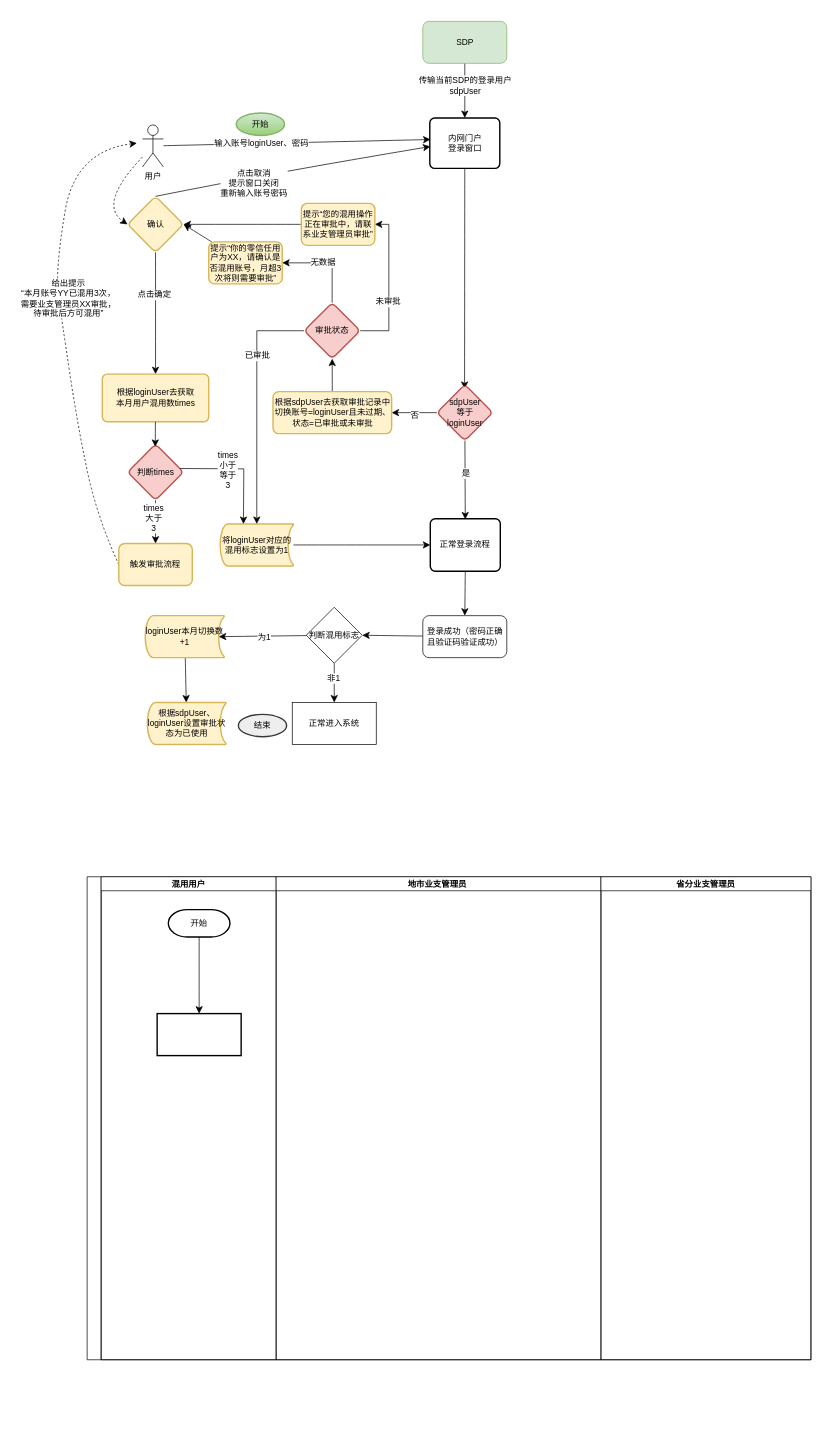
This is page "SDP结合登录流程图-3账号切换" (17 of 21) of 系统功能流程图/铁塔4A2024.drawio from 158698706/tt4a, a draw.io file, before an edit. Source tidied: cells renumbered, new cells numbered last; positions are measured from the earlier drawing's top-left corner, leaving out a move shared by most shapes. Both pictures are drawn from the tidied source at 70%, with x=0, y=0 at pixel (12, 12).
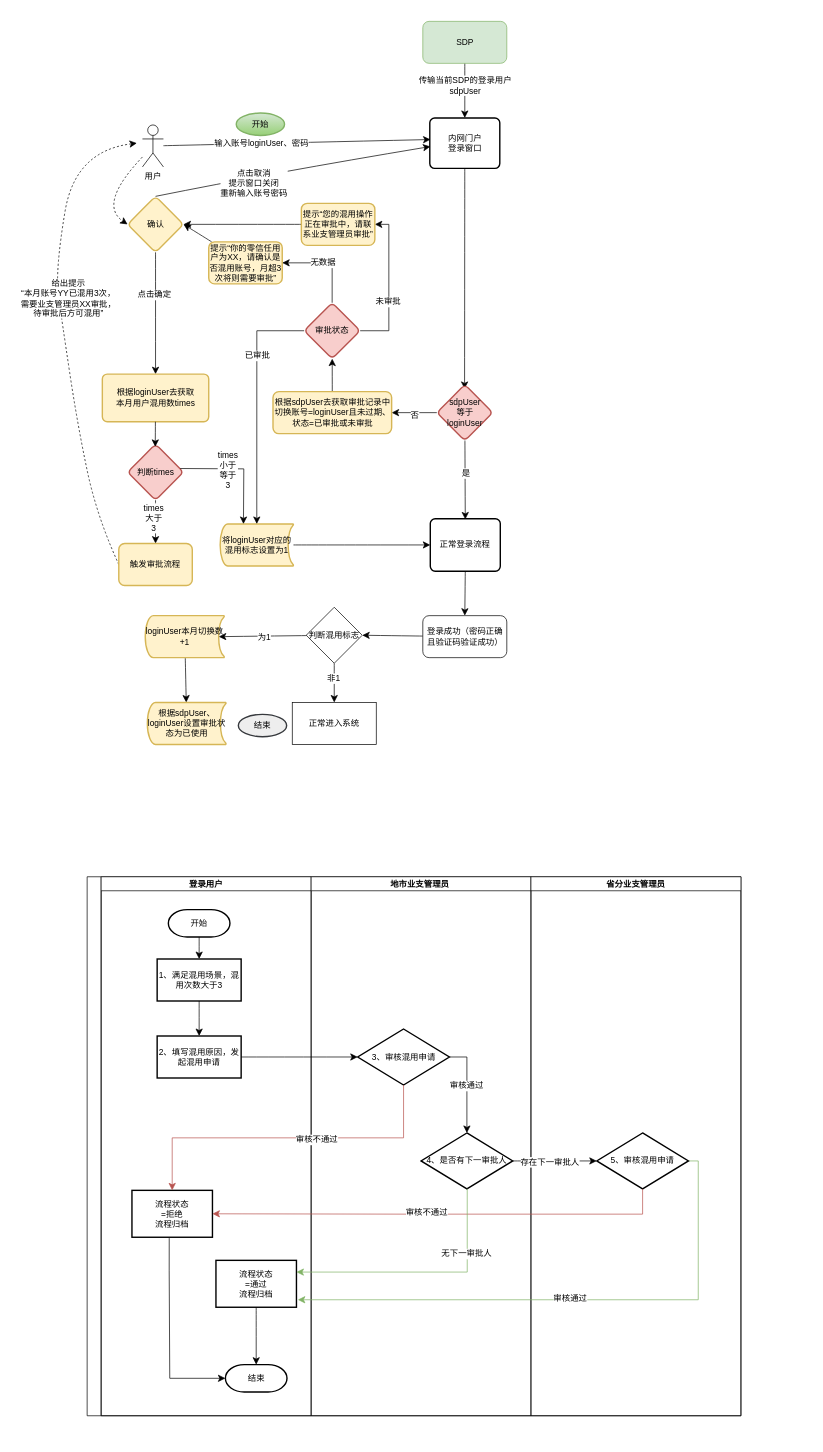
Above is the later version.

What changed in the source:
```diff
@@
+    <mxCell id="70" style="rounded=0;whiteSpace=wrap;html=1;strokeWidth=0;strokeColor=none;" parent="1" vertex="1">
+      <mxGeometry x="73" y="1207" width="996" height="833" as="geometry" />
+    </mxCell>
@@
     <mxCell id="63" style="swimlane;startSize=20;horizontal=0;" parent="1" vertex="1">
-      <mxGeometry x="107" y="1235" width="1034" height="690" as="geometry" />
+      <mxGeometry x="107" y="1235" width="934" height="770" as="geometry" />
     </mxCell>
-    <mxCell id="64" value="混用用户" style="swimlane;startSize=20;" parent="63" vertex="1">
-      <mxGeometry x="20" width="250" height="690" as="geometry" />
+    <mxCell id="64" value="登录用户" style="swimlane;startSize=20;" parent="63" vertex="1">
+      <mxGeometry x="20" width="300" height="770" as="geometry" />
     </mxCell>
@@
+    <mxCell id="71" style="edgeStyle=none;curved=1;rounded=0;jettySize=auto;html=1;fontSize=12;startSize=8;endSize=8;" parent="64" edge="1" source="67" target="72">
+      <mxGeometry relative="1" as="geometry" />
+    </mxCell>
-    <mxCell id="67" style="whiteSpace=wrap;html=1;strokeWidth=2;" parent="64" vertex="1">
-      <mxGeometry x="80" y="195.5" width="120" height="60" as="geometry" />
+    <mxCell id="67" value="1、满足混用场景，混用次数大于3" style="whiteSpace=wrap;html=1;strokeWidth=2;" parent="64" vertex="1">
+      <mxGeometry x="80" y="117.5" width="120" height="60" as="geometry" />
     </mxCell>
+    <mxCell id="72" value="2、填写混用原因，发起混用申请" style="whiteSpace=wrap;html=1;strokeWidth=2;" parent="64" vertex="1">
+      <mxGeometry x="80" y="227.5" width="120" height="60" as="geometry" />
+    </mxCell>
+    <mxCell id="73" value="流程状态&lt;div&gt;=拒绝&lt;div&gt;流程归档&lt;/div&gt;&lt;/div&gt;" style="whiteSpace=wrap;html=1;strokeWidth=2;" parent="64" vertex="1">
+      <mxGeometry x="44" y="448" width="115" height="67" as="geometry" />
+    </mxCell>
+    <mxCell id="74" value="结束" style="strokeWidth=2;html=1;shape=mxgraph.flowchart.terminator;whiteSpace=wrap;" parent="64" vertex="1">
+      <mxGeometry x="177.5" y="697" width="88" height="39" as="geometry" />
+    </mxCell>
+    <mxCell id="75" value="流程状态&lt;div&gt;=通过&lt;div&gt;流程归档&lt;/div&gt;&lt;/div&gt;" style="whiteSpace=wrap;html=1;strokeWidth=2;" parent="64" vertex="1">
+      <mxGeometry x="164" y="548" width="115" height="67" as="geometry" />
+    </mxCell>
+    <mxCell id="76" style="edgeStyle=none;curved=1;rounded=0;jettySize=auto;html=1;entryX=0.5;entryY=0;entryDx=0;entryDy=0;entryPerimeter=0;fontSize=12;startSize=8;endSize=8;" parent="64" edge="1" source="75" target="74">
+      <mxGeometry relative="1" as="geometry" />
+    </mxCell>
+    <mxCell id="77" style="edgeStyle=orthogonalEdgeStyle;rounded=0;jettySize=auto;html=1;entryX=0;entryY=0.5;entryDx=0;entryDy=0;entryPerimeter=0;fontSize=12;startSize=8;endSize=8;exitX=0.463;exitY=1.019;exitDx=0;exitDy=0;exitPerimeter=0;" parent="64" edge="1" source="73" target="74">
+      <mxGeometry relative="1" as="geometry">
+        <Array as="points">
+          <mxPoint x="97" y="563" />
+          <mxPoint x="98" y="563" />
+          <mxPoint x="98" y="716" />
+        </Array>
+      </mxGeometry>
+    </mxCell>
     <mxCell id="68" value="地市业支管理员 " style="swimlane;startSize=20;" parent="63" vertex="1">
-      <mxGeometry x="270" width="464" height="690" as="geometry" />
+      <mxGeometry x="320" width="314" height="770" as="geometry" />
     </mxCell>
+    <mxCell id="78" style="edgeStyle=orthogonalEdgeStyle;rounded=0;jettySize=auto;html=1;fontSize=12;startSize=8;endSize=8;exitX=1;exitY=0.5;exitDx=0;exitDy=0;" parent="68" edge="1" source="80" target="81">
+      <mxGeometry relative="1" as="geometry" />
+    </mxCell>
+    <mxCell id="79" value="审核通过" style="edgeLabel;html=1;align=center;verticalAlign=middle;fontSize=12;" parent="78" vertex="1">
+      <mxGeometry x="-0.34" y="-2" relative="1" as="geometry">
+        <mxPoint x="1" y="22" as="offset" />
+      </mxGeometry>
+    </mxCell>
+    <mxCell id="80" value="3、审核混用申请" style="rhombus;whiteSpace=wrap;html=1;strokeWidth=2;" parent="68" vertex="1">
+      <mxGeometry x="66.5" y="217.5" width="131" height="80" as="geometry" />
+    </mxCell>
+    <mxCell id="81" value="4、是否有下一审批人" style="rhombus;whiteSpace=wrap;html=1;strokeWidth=2;" parent="68" vertex="1">
+      <mxGeometry x="157" y="366" width="131" height="80" as="geometry" />
+    </mxCell>
     <mxCell id="69" value="省分业支管理员" style="swimlane;startSize=20;" parent="63" vertex="1">
-      <mxGeometry x="734" width="300" height="690" as="geometry" />
+      <mxGeometry x="634" width="300" height="770" as="geometry" />
     </mxCell>
+    <mxCell id="82" style="edgeStyle=orthogonalEdgeStyle;rounded=0;jettySize=auto;html=1;fontSize=12;startSize=8;endSize=8;fillColor=#d5e8d4;strokeColor=#82b366;exitX=1;exitY=0.5;exitDx=0;exitDy=0;" parent="69" edge="1" source="84">
+      <mxGeometry relative="1" as="geometry">
+        <mxPoint x="-333" y="604.3" as="targetPoint" />
+        <Array as="points">
+          <mxPoint x="239" y="406" />
+          <mxPoint x="239" y="604" />
+        </Array>
+      </mxGeometry>
+    </mxCell>
+    <mxCell id="83" value="审核通过" style="edgeLabel;html=1;align=center;verticalAlign=middle;fontSize=12;" parent="82" vertex="1">
+      <mxGeometry x="0.01" y="-2" relative="1" as="geometry" />
+    </mxCell>
+    <mxCell id="84" value="5、审核混用申请" style="rhombus;whiteSpace=wrap;html=1;strokeWidth=2;" parent="69" vertex="1">
+      <mxGeometry x="94" y="366" width="131" height="80" as="geometry" />
+    </mxCell>
+    <mxCell id="85" style="edgeStyle=none;curved=1;rounded=0;jettySize=auto;html=1;fontSize=12;startSize=8;endSize=8;" parent="63" edge="1" source="72" target="80">
+      <mxGeometry relative="1" as="geometry" />
+    </mxCell>
+    <mxCell id="86" style="edgeStyle=none;curved=1;rounded=0;jettySize=auto;html=1;fontSize=12;startSize=8;endSize=8;" parent="63" edge="1" source="81" target="84">
+      <mxGeometry relative="1" as="geometry" />
+    </mxCell>
+    <mxCell id="87" value="存在下一审批人" style="edgeLabel;html=1;align=center;verticalAlign=middle;fontSize=12;" parent="86" vertex="1">
+      <mxGeometry x="-0.22" y="-4" relative="1" as="geometry">
+        <mxPoint x="5" y="-3" as="offset" />
+      </mxGeometry>
+    </mxCell>
+    <mxCell id="88" style="edgeStyle=elbowEdgeStyle;rounded=0;jettySize=auto;html=1;entryX=0.5;entryY=0;entryDx=0;entryDy=0;fontSize=12;startSize=8;endSize=8;elbow=vertical;fillColor=#f8cecc;strokeColor=#b85450;" parent="63" edge="1" source="80" target="73">
+      <mxGeometry relative="1" as="geometry" />
+    </mxCell>
+    <mxCell id="89" value="审核不通过" style="edgeLabel;html=1;align=center;verticalAlign=middle;fontSize=12;" parent="88" vertex="1">
+      <mxGeometry x="-0.17" y="2" relative="1" as="geometry" />
+    </mxCell>
+    <mxCell id="90" style="edgeStyle=orthogonalEdgeStyle;rounded=0;jettySize=auto;html=1;entryX=1;entryY=0.5;entryDx=0;entryDy=0;fontSize=12;startSize=8;endSize=8;fillColor=#f8cecc;strokeColor=#b85450;" parent="63" edge="1" source="84" target="73">
+      <mxGeometry relative="1" as="geometry">
+        <Array as="points">
+          <mxPoint x="794" y="482" />
+          <mxPoint x="454" y="482" />
+        </Array>
+      </mxGeometry>
+    </mxCell>
+    <mxCell id="91" value="审核不通过" style="edgeLabel;html=1;align=center;verticalAlign=middle;fontSize=12;" parent="90" vertex="1">
+      <mxGeometry x="0.06" y="-3" relative="1" as="geometry" />
+    </mxCell>
+    <mxCell id="92" style="edgeStyle=elbowEdgeStyle;rounded=0;jettySize=auto;html=1;entryX=1;entryY=0.25;entryDx=0;entryDy=0;fontSize=12;startSize=8;endSize=8;fillColor=#d5e8d4;strokeColor=#82b366;" parent="63" edge="1" source="81" target="75">
+      <mxGeometry relative="1" as="geometry">
+        <Array as="points">
+          <mxPoint x="543" y="535" />
+        </Array>
+      </mxGeometry>
+    </mxCell>
+    <mxCell id="93" value="无下一审批人" style="edgeLabel;html=1;align=center;verticalAlign=middle;fontSize=12;" parent="92" vertex="1">
+      <mxGeometry x="-0.49" y="-2" relative="1" as="geometry" />
+    </mxCell>
```
